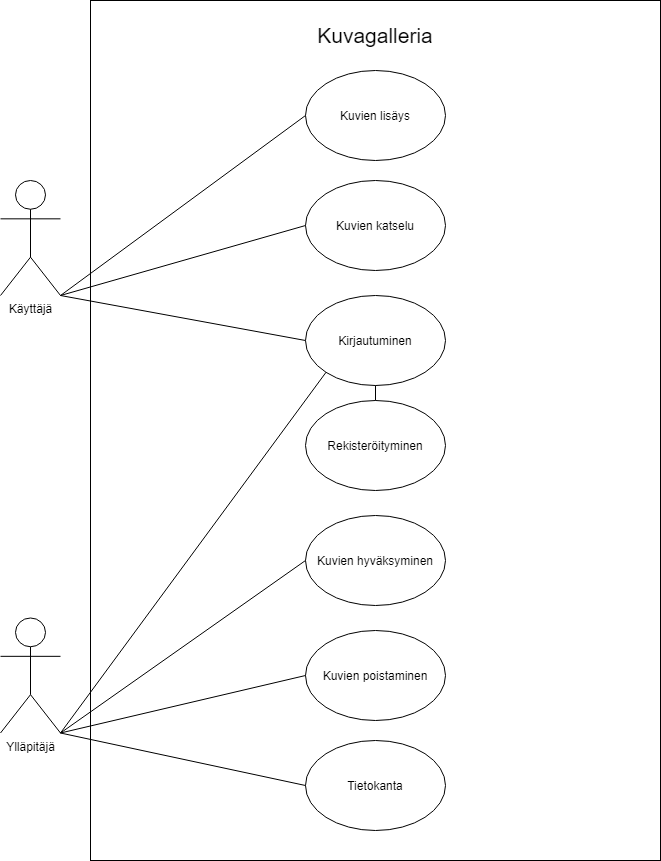
This is usecase.png from J0nttu123/kuvagalleria, a draw.io export, as it was before one commit. Source tidied: cells renumbered, new cells last; positions are measured from the earlier drawing's top-left corner, leaving out a move shared by most shapes.
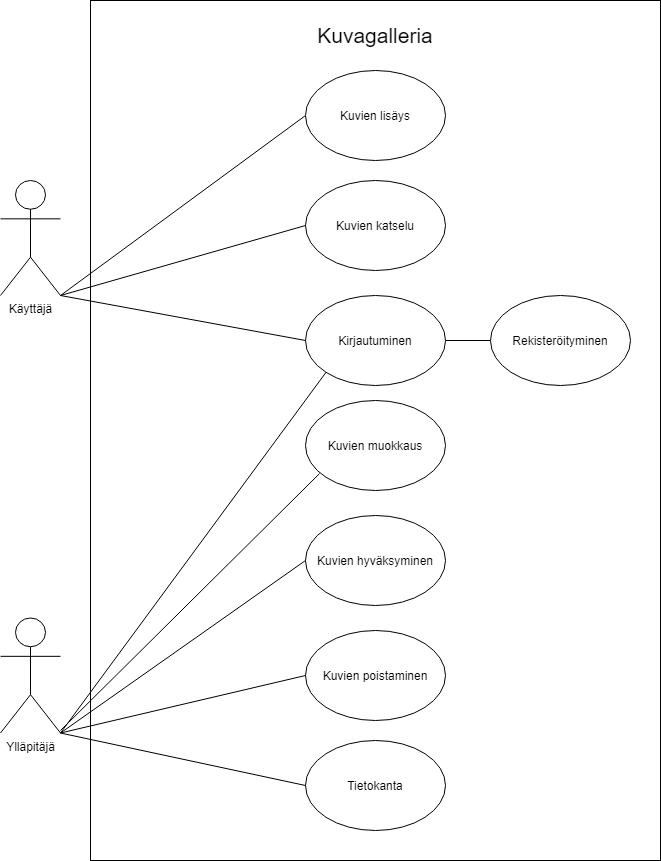
After the commit.

The edit, as a diff of the source:
```diff
@@ -32,7 +32,7 @@
     <mxCell id="11" value="Kirjautuminen" style="ellipse;whiteSpace=wrap;html=1;" parent="1" vertex="1">
       <mxGeometry x="305" y="295" width="140" height="90" as="geometry" />
     </mxCell>
-    <mxCell id="12" value="Rekisteröityminen" style="ellipse;whiteSpace=wrap;html=1;" parent="1" vertex="1">
+    <mxCell id="12" value="Kuvien muokkaus" style="ellipse;whiteSpace=wrap;html=1;" parent="1" vertex="1">
       <mxGeometry x="305" y="400" width="140" height="90" as="geometry" />
     </mxCell>
     <mxCell id="13" style="endArrow=none;html=1;exitX=1;exitY=1;exitDx=0;exitDy=0;exitPerimeter=0;entryX=0;entryY=0.5;entryDx=0;entryDy=0;" parent="1" edge="1" source="4" target="9">
@@ -50,8 +50,10 @@
     <mxCell id="17" style="endArrow=none;html=1;exitX=0;exitY=0.5;exitDx=0;exitDy=0;entryX=1;entryY=1;entryDx=0;entryDy=0;entryPerimeter=0;" parent="1" edge="1" source="10" target="4">
       <mxGeometry relative="1" as="geometry" />
     </mxCell>
-    <mxCell id="18" style="endArrow=none;html=1;exitX=0.5;exitY=0;exitDx=0;exitDy=0;entryX=0.5;entryY=1;entryDx=0;entryDy=0;" parent="1" edge="1" source="12" target="11">
-      <mxGeometry relative="1" as="geometry" />
+    <mxCell id="18" style="endArrow=none;html=1;entryX=0.101;entryY=0.811;entryDx=0;entryDy=0;entryPerimeter=0;" parent="1" edge="1" target="12">
+      <mxGeometry relative="1" as="geometry">
+        <mxPoint x="60" y="730" as="sourcePoint" />
+      </mxGeometry>
     </mxCell>
     <mxCell id="19" style="endArrow=none;html=1;exitX=1;exitY=1;exitDx=0;exitDy=0;exitPerimeter=0;entryX=0;entryY=0.5;entryDx=0;entryDy=0;" parent="1" edge="1" source="4" target="11">
       <mxGeometry relative="1" as="geometry" />
@@ -59,5 +61,11 @@
     <mxCell id="20" style="endArrow=none;html=1;exitX=1;exitY=1;exitDx=0;exitDy=0;exitPerimeter=0;entryX=0;entryY=1;entryDx=0;entryDy=0;" parent="1" edge="1" source="3" target="11">
       <mxGeometry relative="1" as="geometry" />
     </mxCell>
+    <mxCell id="21" value="Rekisteröityminen" style="ellipse;whiteSpace=wrap;html=1;" parent="1" vertex="1">
+      <mxGeometry x="490" y="295" width="140" height="90" as="geometry" />
+    </mxCell>
+    <mxCell id="22" style="endArrow=none;html=1;exitX=1;exitY=0.5;exitDx=0;exitDy=0;entryX=0;entryY=0.5;entryDx=0;entryDy=0;" parent="1" edge="1" source="11" target="21">
+      <mxGeometry relative="1" as="geometry" />
+    </mxCell>
   </root>
 </mxGraphModel>
```
